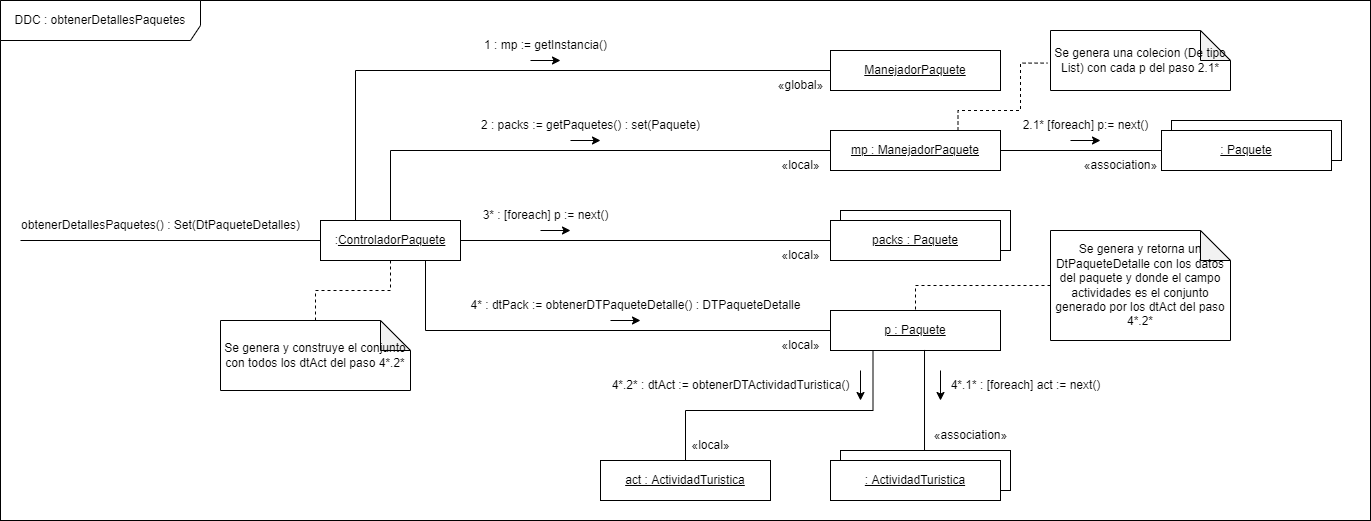
Above: Diseño/DDC/Consulta paquete/[DCOM] obtenerDetallesPaquete.png in FacundoDiaz00/Taller-de-Programaci-n (draw.io), before the change. Source tidied: cells renumbered, new cells last; positions are measured from the earlier drawing's top-left corner, leaving out a move shared by most shapes.
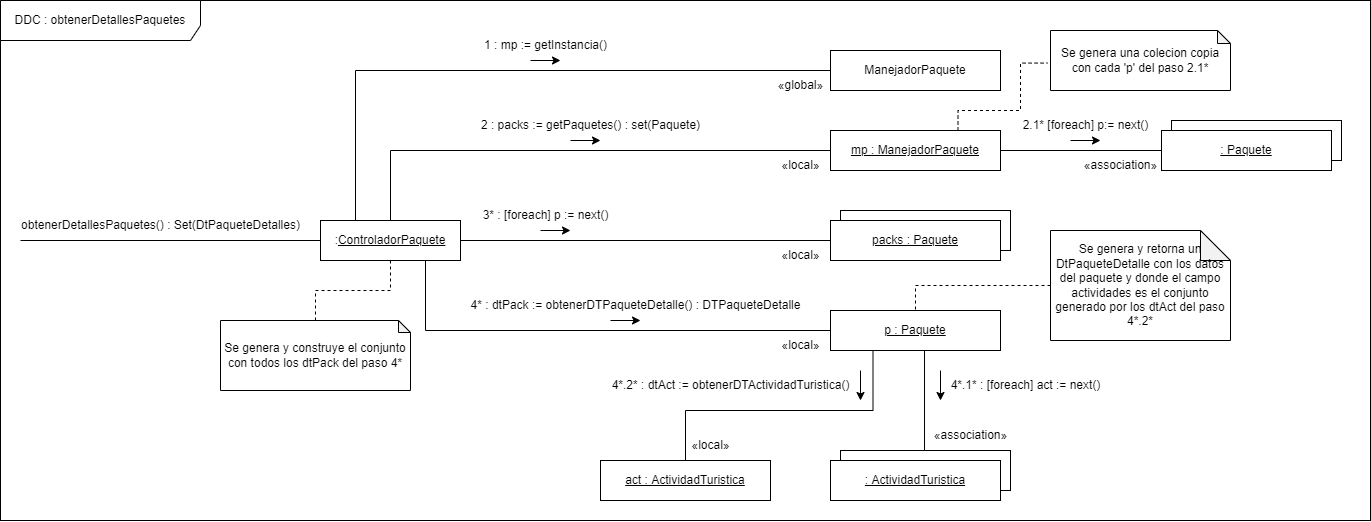
After the change.

Commit message:
correcion obtenerDetallesPaquete

Diff of the diagram source:
```diff
@@ -43,7 +43,7 @@
     <mxCell id="12" style="edgeStyle=orthogonalEdgeStyle;rounded=0;jettySize=auto;html=1;entryX=0.25;entryY=0;entryDx=0;entryDy=0;endArrow=none;endFill=0;" parent="1" edge="1" source="13" target="7">
       <mxGeometry relative="1" as="geometry" />
     </mxCell>
-    <mxCell id="13" value="&lt;u&gt;ManejadorPaquete&lt;/u&gt;" style="rounded=0;whiteSpace=wrap;html=1;" parent="1" vertex="1">
+    <mxCell id="13" value="ManejadorPaquete" style="rounded=0;whiteSpace=wrap;html=1;" parent="1" vertex="1">
       <mxGeometry x="830" y="50" width="170" height="40" as="geometry" />
     </mxCell>
     <mxCell id="14" value="1 : mp := getInstancia()" style="text;html=1;align=center;verticalAlign=middle;strokeColor=none;fillColor=none;" parent="1" vertex="1">
@@ -107,7 +107,7 @@
     <mxCell id="30" value="4*.2* : dtAct := obtenerDTActividadTuristica()" style="text;html=1;align=center;verticalAlign=middle;strokeColor=none;fillColor=none;" parent="1" vertex="1">
       <mxGeometry x="600" y="370" width="260" height="30" as="geometry" />
     </mxCell>
-    <mxCell id="31" value="Se genera y construye el conjunto con todos los dtAct del paso 4*.2*" style="shape=note;whiteSpace=wrap;html=1;backgroundOutline=1;darkOpacity=0.05;" parent="1" vertex="1">
+    <mxCell id="31" value="Se genera y construye el conjunto con todos los dtPack del paso 4*" style="shape=note;whiteSpace=wrap;html=1;backgroundOutline=1;darkOpacity=0.05;size=12;" parent="1" vertex="1">
       <mxGeometry x="220" y="320" width="190" height="70" as="geometry" />
     </mxCell>
     <mxCell id="32" style="edgeStyle=orthogonalEdgeStyle;rounded=0;jettySize=auto;html=1;entryX=0.5;entryY=0;entryDx=0;entryDy=0;dashed=1;endArrow=none;endFill=0;" parent="1" edge="1" source="33" target="22">
@@ -182,7 +182,7 @@
     <mxCell id="49" value="«association»&lt;br/&gt;" style="text;html=1;align=center;verticalAlign=middle;strokeColor=none;fillColor=none;" parent="1" vertex="1">
       <mxGeometry x="1070" y="150" width="100" height="30" as="geometry" />
     </mxCell>
-    <mxCell id="50" value="Se genera una colecion (De tipo List) con cada p del paso 2.1*" style="shape=note;whiteSpace=wrap;html=1;backgroundOutline=1;darkOpacity=0.05;" parent="1" vertex="1">
+    <mxCell id="50" value="Se genera una colecion copia con cada 'p' del paso 2.1*" style="shape=note;whiteSpace=wrap;html=1;backgroundOutline=1;darkOpacity=0.05;size=13;" parent="1" vertex="1">
       <mxGeometry x="1050" y="30" width="180" height="60" as="geometry" />
     </mxCell>
     <mxCell id="51" value="2.1* [foreach] p:= next()" style="text;html=1;align=center;verticalAlign=middle;strokeColor=none;fillColor=none;" parent="1" vertex="1">
```
